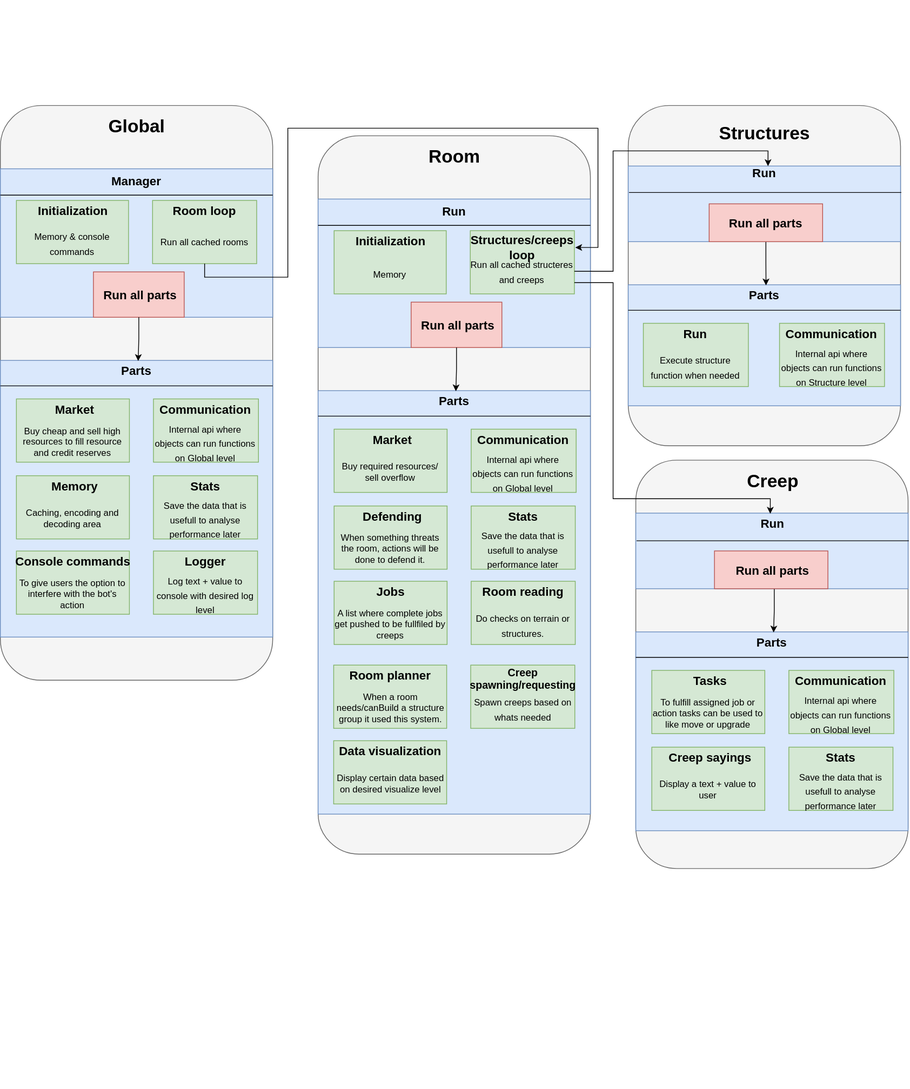
The draw.io diagram Pansiep.svg in pieterbrandsen/Draw.io, before a commit. Source tidied: cells renumbered, new cells last; positions are measured from the earlier drawing's top-left corner, leaving out a move shared by most shapes.
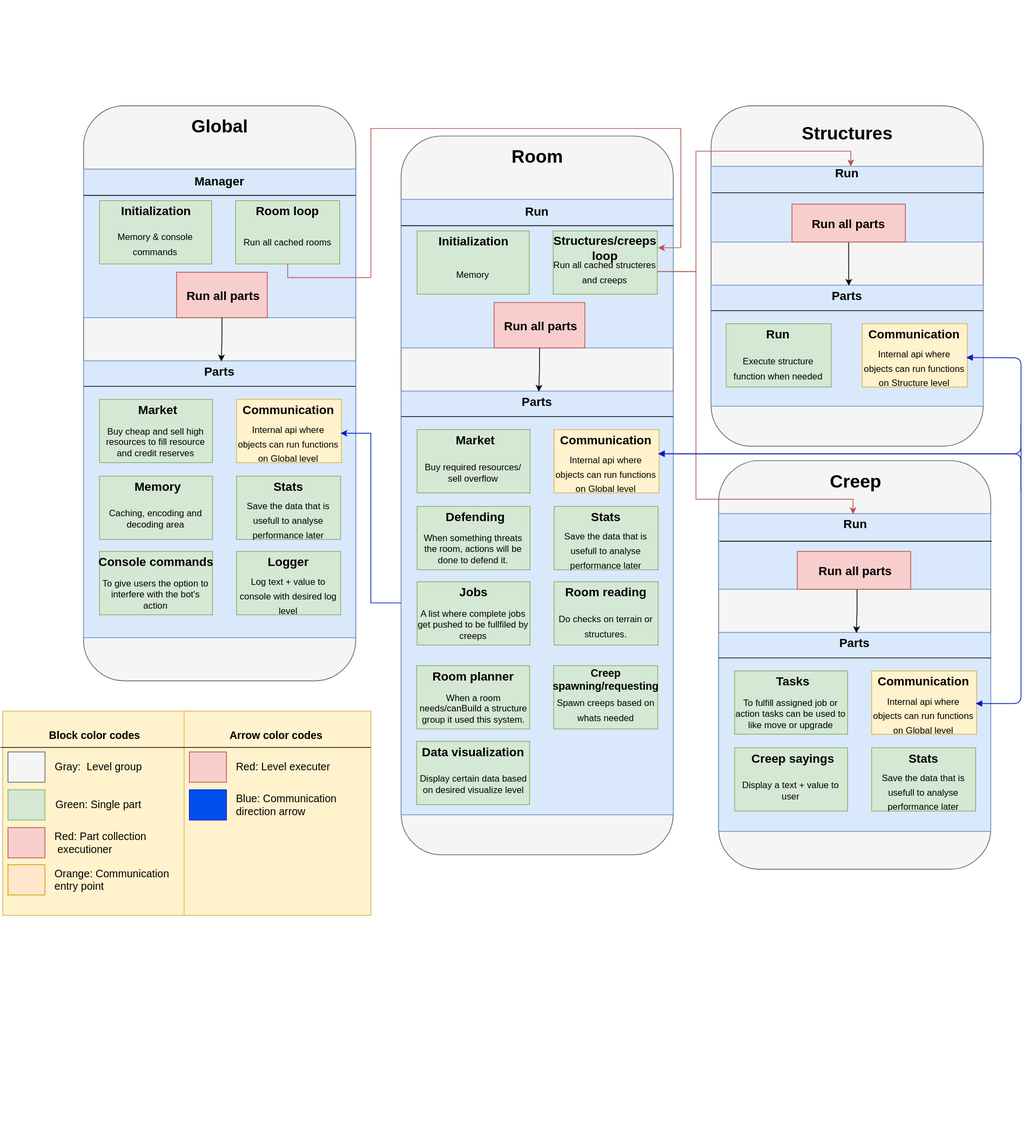
After the change.

The edit, as a diff of the source:
```diff
@@ -3,7 +3,7 @@
     <mxCell id="0" />
     <mxCell id="1" parent="0" />
     <mxCell id="2" style="group;" parent="1" vertex="1">
-      <mxGeometry x="450" y="219" width="640" height="1220" as="geometry" />
+      <mxGeometry x="450" y="219" width="640" height="1294" as="geometry" />
     </mxCell>
     <mxCell id="3" style="group;fontSize=9;" parent="2" vertex="1">
       <mxGeometry x="40" y="110" width="370" height="1040" as="geometry" />
@@ -71,7 +71,7 @@
     <mxCell id="24" value="Market" style="text;align=center;fontStyle=1;verticalAlign=middle;spacingLeft=3;spacingRight=3;strokeColor=none;fontSize=16;" parent="21" vertex="1">
       <mxGeometry x="37.6" width="79.4" height="25.9" as="geometry" />
     </mxCell>
-    <mxCell id="25" style="rounded=0;whiteSpace=wrap;html=1;fontSize=16;fillColor=#d5e8d4;strokeColor=#82b366;" parent="19" vertex="1">
+    <mxCell id="25" style="rounded=0;whiteSpace=wrap;html=1;fontSize=16;fillColor=#fff2cc;strokeColor=#d6b656;" parent="19" vertex="1">
       <mxGeometry x="202.4" y="50.9" width="138.8" height="83.6" as="geometry" />
     </mxCell>
     <mxCell id="26" value="&lt;font style=&quot;font-size: 12px&quot;&gt;Internal api where objects can run functions on Global level&lt;/font&gt;" style="text;html=1;align=center;verticalAlign=middle;whiteSpace=wrap;rounded=0;fontSize=16;" parent="19" vertex="1">
@@ -197,7 +197,7 @@
     <mxCell id="66" value="Market" style="text;align=center;fontStyle=1;verticalAlign=middle;spacingLeft=3;spacingRight=3;strokeColor=none;fontSize=16;" parent="63" vertex="1">
       <mxGeometry x="37.6" width="79.4" height="25.9" as="geometry" />
     </mxCell>
-    <mxCell id="67" style="rounded=0;whiteSpace=wrap;html=1;fontSize=16;fillColor=#d5e8d4;strokeColor=#82b366;" parent="61" vertex="1">
+    <mxCell id="67" style="rounded=0;whiteSpace=wrap;html=1;fontSize=16;fillColor=#fff2cc;strokeColor=#d6b656;" parent="61" vertex="1">
       <mxGeometry x="202.4" y="30.9" width="138.8" height="83.6" as="geometry" />
     </mxCell>
     <mxCell id="68" value="&lt;font style=&quot;font-size: 12px&quot;&gt;Internal api where objects can run functions on Global level&lt;/font&gt;" style="text;html=1;align=center;verticalAlign=middle;whiteSpace=wrap;rounded=0;fontSize=16;" parent="61" vertex="1">
@@ -290,7 +290,7 @@
     <mxCell id="97" style="edgeStyle=orthogonalEdgeStyle;rounded=0;jettySize=auto;html=1;entryX=0.527;entryY=0.03;entryDx=0;entryDy=0;entryPerimeter=0;fontSize=16;" parent="45" edge="1" source="59" target="85">
       <mxGeometry relative="1" as="geometry" />
     </mxCell>
-    <mxCell id="98" style="edgeStyle=orthogonalEdgeStyle;rounded=0;jettySize=auto;html=1;fontSize=16;entryX=1;entryY=0.5;entryDx=0;entryDy=0;" parent="3" edge="1" source="13" target="57">
+    <mxCell id="98" style="edgeStyle=orthogonalEdgeStyle;rounded=0;jettySize=auto;html=1;fontSize=16;entryX=1;entryY=0.5;entryDx=0;entryDy=0;fillColor=#f8cecc;strokeColor=#b85450;" parent="3" edge="1" source="13" target="57">
       <mxGeometry relative="1" as="geometry">
         <Array as="points">
           <mxPoint x="-220" y="37" />
@@ -301,6 +301,9 @@
         </Array>
       </mxGeometry>
     </mxCell>
+    <mxCell id="147" style="edgeStyle=orthogonalEdgeStyle;rounded=0;jettySize=auto;html=1;entryX=1;entryY=0.25;entryDx=0;entryDy=0;fontSize=14;fillColor=#0050ef;strokeColor=#001DBC;" parent="3" edge="1" source="62" target="26">
+      <mxGeometry relative="1" as="geometry" />
+    </mxCell>
     <mxCell id="99" style="group;" parent="1" vertex="1">
       <mxGeometry x="830" width="371" height="1109" as="geometry" />
     </mxCell>
@@ -322,7 +325,7 @@
     <mxCell id="105" value="Parts" style="text;align=center;fontStyle=1;verticalAlign=middle;spacingLeft=3;spacingRight=3;strokeColor=none;points=[[0,0.5],[1,0.5]];portConstraint=eastwest;fontSize=16;" parent="102" vertex="1">
       <mxGeometry x="140" width="80" height="25.8" as="geometry" />
     </mxCell>
-    <mxCell id="106" style="rounded=0;whiteSpace=wrap;html=1;fontSize=16;fillColor=#d5e8d4;strokeColor=#82b366;" parent="102" vertex="1">
+    <mxCell id="106" style="rounded=0;whiteSpace=wrap;html=1;fontSize=16;fillColor=#fff2cc;strokeColor=#d6b656;" parent="102" vertex="1">
       <mxGeometry x="200" y="50.9" width="138.8" height="83.6" as="geometry" />
     </mxCell>
     <mxCell id="107" value="&lt;font style=&quot;font-size: 12px&quot;&gt;Internal api where objects can run functions on Structure level&lt;/font&gt;" style="text;html=1;align=center;verticalAlign=middle;whiteSpace=wrap;rounded=0;fontSize=16;" parent="102" vertex="1">
@@ -373,7 +376,7 @@
     <mxCell id="122" value="Tasks" style="text;align=center;fontStyle=1;verticalAlign=middle;spacingLeft=3;spacingRight=3;strokeColor=none;fontSize=16;" parent="119" vertex="1">
       <mxGeometry x="37.6" width="79.4" height="25.9" as="geometry" />
     </mxCell>
-    <mxCell id="123" style="rounded=0;whiteSpace=wrap;html=1;fontSize=16;fillColor=#d5e8d4;strokeColor=#82b366;" parent="112" vertex="1">
+    <mxCell id="123" style="rounded=0;whiteSpace=wrap;html=1;fontSize=16;fillColor=#fff2cc;strokeColor=#d6b656;" parent="112" vertex="1">
       <mxGeometry x="202.4" y="278" width="138.8" height="83.6" as="geometry" />
     </mxCell>
     <mxCell id="124" value="&lt;font style=&quot;font-size: 12px&quot;&gt;Internal api where objects can run functions on Global level&lt;/font&gt;" style="text;html=1;align=center;verticalAlign=middle;whiteSpace=wrap;rounded=0;fontSize=16;" parent="112" vertex="1">
@@ -441,7 +444,7 @@
     <mxCell id="144" value="Run all parts" style="text;align=center;fontStyle=1;verticalAlign=middle;spacingLeft=3;spacingRight=3;strokeColor=none;fontSize=16;" parent="139" vertex="1">
       <mxGeometry x="107" y="80" width="150" height="50" as="geometry" />
     </mxCell>
-    <mxCell id="145" style="edgeStyle=orthogonalEdgeStyle;rounded=0;jettySize=auto;html=1;entryX=0.56;entryY=0.002;entryDx=0;entryDy=0;entryPerimeter=0;fontSize=14;" parent="1" edge="1" source="56" target="142">
+    <mxCell id="145" style="edgeStyle=orthogonalEdgeStyle;rounded=0;jettySize=auto;html=1;entryX=0.56;entryY=0.002;entryDx=0;entryDy=0;entryPerimeter=0;fontSize=14;fillColor=#f8cecc;strokeColor=#b85450;" parent="1" edge="1" source="56" target="142">
       <mxGeometry relative="1" as="geometry">
         <Array as="points">
           <mxPoint x="810" y="358" />
@@ -450,14 +453,94 @@
         </Array>
       </mxGeometry>
     </mxCell>
-    <mxCell id="146" style="edgeStyle=orthogonalEdgeStyle;rounded=0;jettySize=auto;html=1;exitX=1;exitY=0.75;exitDx=0;exitDy=0;entryX=0.46;entryY=0.03;entryDx=0;entryDy=0;entryPerimeter=0;fontSize=14;" parent="1" edge="1" source="56" target="117">
+    <mxCell id="146" style="edgeStyle=orthogonalEdgeStyle;rounded=0;jettySize=auto;html=1;entryX=0.46;entryY=0.03;entryDx=0;entryDy=0;entryPerimeter=0;fontSize=14;fillColor=#f8cecc;strokeColor=#b85450;" parent="1" edge="1" target="117">
       <mxGeometry relative="1" as="geometry">
+        <mxPoint x="759" y="358" as="sourcePoint" />
         <Array as="points">
-          <mxPoint x="810" y="373" />
+          <mxPoint x="810" y="358" />
           <mxPoint x="810" y="659" />
           <mxPoint x="1018" y="659" />
         </Array>
       </mxGeometry>
     </mxCell>
+    <mxCell id="148" style="rounded=0;whiteSpace=wrap;html=1;fontSize=14;fillColor=#fff2cc;strokeColor=#d6b656;" parent="1" vertex="1">
+      <mxGeometry x="-107" y="939" width="247" height="270" as="geometry" />
+    </mxCell>
+    <mxCell id="149" value="Block color codes" style="text;align=center;fontStyle=1;verticalAlign=middle;spacingLeft=3;spacingRight=3;strokeColor=none;fontSize=14;" parent="1" vertex="1">
+      <mxGeometry x="-110" y="957" width="250" height="26" as="geometry" />
+    </mxCell>
+    <mxCell id="150" style="line;strokeWidth=1;fillColor=none;align=left;verticalAlign=middle;spacingTop=-1;spacingLeft=3;spacingRight=3;labelPosition=right;fontSize=14;" parent="1" vertex="1">
+      <mxGeometry x="-110" y="983" width="250" height="8" as="geometry" />
+    </mxCell>
+    <mxCell id="151" value="Gray:&amp;nbsp; Level group" style="text;html=1;strokeColor=none;fillColor=none;align=center;verticalAlign=middle;whiteSpace=wrap;rounded=0;fontSize=14;" parent="1" vertex="1">
+      <mxGeometry x="-40" y="1003" width="120" height="20" as="geometry" />
+    </mxCell>
+    <mxCell id="152" style="rounded=0;whiteSpace=wrap;html=1;fontSize=14;fillColor=#f5f5f5;strokeColor=#666666;fontColor=#333333;" parent="1" vertex="1">
+      <mxGeometry x="-100" y="993" width="49" height="40" as="geometry" />
+    </mxCell>
+    <mxCell id="153" value="Green: Single part" style="text;html=1;strokeColor=none;fillColor=none;align=center;verticalAlign=middle;whiteSpace=wrap;rounded=0;fontSize=14;" parent="1" vertex="1">
+      <mxGeometry x="-40" y="1053" width="120" height="20" as="geometry" />
+    </mxCell>
+    <mxCell id="154" style="rounded=0;whiteSpace=wrap;html=1;fontSize=14;fillColor=#d5e8d4;strokeColor=#82b366;" parent="1" vertex="1">
+      <mxGeometry x="-100" y="1043" width="49" height="40" as="geometry" />
+    </mxCell>
+    <mxCell id="155" value="&lt;div&gt;&lt;span&gt;Red: Part collection&lt;/span&gt;&lt;/div&gt;&amp;nbsp;executioner" style="text;html=1;strokeColor=none;fillColor=none;align=left;verticalAlign=middle;whiteSpace=wrap;rounded=0;fontSize=14;" parent="1" vertex="1">
+      <mxGeometry x="-40" y="1103" width="150" height="20" as="geometry" />
+    </mxCell>
+    <mxCell id="156" style="rounded=0;whiteSpace=wrap;html=1;fontSize=14;fillColor=#f8cecc;strokeColor=#b85450;" parent="1" vertex="1">
+      <mxGeometry x="-100" y="1093" width="49" height="40" as="geometry" />
+    </mxCell>
+    <mxCell id="157" value="Orange: Communication entry point" style="text;html=1;strokeColor=none;fillColor=none;align=left;verticalAlign=middle;whiteSpace=wrap;rounded=0;fontSize=14;" parent="1" vertex="1">
+      <mxGeometry x="-40" y="1152" width="160" height="20" as="geometry" />
+    </mxCell>
+    <mxCell id="158" style="rounded=0;whiteSpace=wrap;html=1;fontSize=14;fillColor=#ffe6cc;strokeColor=#d79b00;" parent="1" vertex="1">
+      <mxGeometry x="-100" y="1142" width="49" height="40" as="geometry" />
+    </mxCell>
+    <mxCell id="159" style="endArrow=block;startArrow=block;endFill=1;startFill=1;html=1;fontSize=14;entryX=1;entryY=0;entryDx=0;entryDy=0;fillColor=#0050ef;strokeColor=#001DBC;" parent="1" edge="1" target="68">
+      <mxGeometry relative="1" as="geometry">
+        <mxPoint x="1180" y="929" as="sourcePoint" />
+        <Array as="points">
+          <mxPoint x="1240" y="929" />
+          <mxPoint x="1240" y="599" />
+          <mxPoint x="790" y="599" />
+        </Array>
+      </mxGeometry>
+    </mxCell>
+    <mxCell id="160" style="endArrow=block;startArrow=block;endFill=1;startFill=1;html=1;fontSize=14;entryX=1;entryY=0.25;entryDx=0;entryDy=0;fillColor=#0050ef;strokeColor=#001DBC;" parent="1" edge="1" target="107">
+      <mxGeometry relative="1" as="geometry">
+        <mxPoint x="760" y="599" as="sourcePoint" />
+        <Array as="points">
+          <mxPoint x="1240" y="599" />
+          <mxPoint x="1240" y="472" />
+        </Array>
+      </mxGeometry>
+    </mxCell>
+    <mxCell id="161" style="endArrow=none;html=1;fontSize=14;fillColor=#0050ef;strokeColor=#001DBC;" parent="1" edge="1">
+      <mxGeometry relative="1" as="geometry">
+        <mxPoint x="1240" y="649" as="sourcePoint" />
+        <mxPoint x="1240" y="559" as="targetPoint" />
+      </mxGeometry>
+    </mxCell>
+    <mxCell id="162" style="rounded=0;whiteSpace=wrap;html=1;fontSize=14;fillColor=#fff2cc;strokeColor=#d6b656;" parent="1" vertex="1">
+      <mxGeometry x="133" y="939" width="247" height="270" as="geometry" />
+    </mxCell>
+    <mxCell id="163" value="Arrow color codes" style="text;align=center;fontStyle=1;verticalAlign=middle;spacingLeft=3;spacingRight=3;strokeColor=none;fontSize=14;" parent="1" vertex="1">
+      <mxGeometry x="130" y="957" width="250" height="26" as="geometry" />
+    </mxCell>
+    <mxCell id="164" style="line;strokeWidth=1;fillColor=none;align=left;verticalAlign=middle;spacingTop=-1;spacingLeft=3;spacingRight=3;labelPosition=right;fontSize=14;" parent="1" vertex="1">
+      <mxGeometry x="130" y="983" width="250" height="8" as="geometry" />
+    </mxCell>
+    <mxCell id="165" value="Red: Level executer" style="text;html=1;strokeColor=none;fillColor=none;align=left;verticalAlign=middle;whiteSpace=wrap;rounded=0;fontSize=14;" parent="1" vertex="1">
+      <mxGeometry x="200" y="1003" width="140" height="20" as="geometry" />
+    </mxCell>
+    <mxCell id="166" style="rounded=0;whiteSpace=wrap;html=1;fontSize=14;fillColor=#f8cecc;strokeColor=#b85450;" parent="1" vertex="1">
+      <mxGeometry x="140" y="993" width="49" height="40" as="geometry" />
+    </mxCell>
+    <mxCell id="167" value="Blue: Communication direction arrow" style="text;html=1;strokeColor=none;fillColor=none;align=left;verticalAlign=middle;whiteSpace=wrap;rounded=0;fontSize=14;" parent="1" vertex="1">
+      <mxGeometry x="200" y="1053" width="160" height="20" as="geometry" />
+    </mxCell>
+    <mxCell id="168" style="rounded=0;whiteSpace=wrap;html=1;fontSize=14;fillColor=#0050ef;strokeColor=#001DBC;fontColor=#ffffff;" parent="1" vertex="1">
+      <mxGeometry x="140" y="1043" width="49" height="40" as="geometry" />
+    </mxCell>
   </root>
 </mxGraphModel>
```
